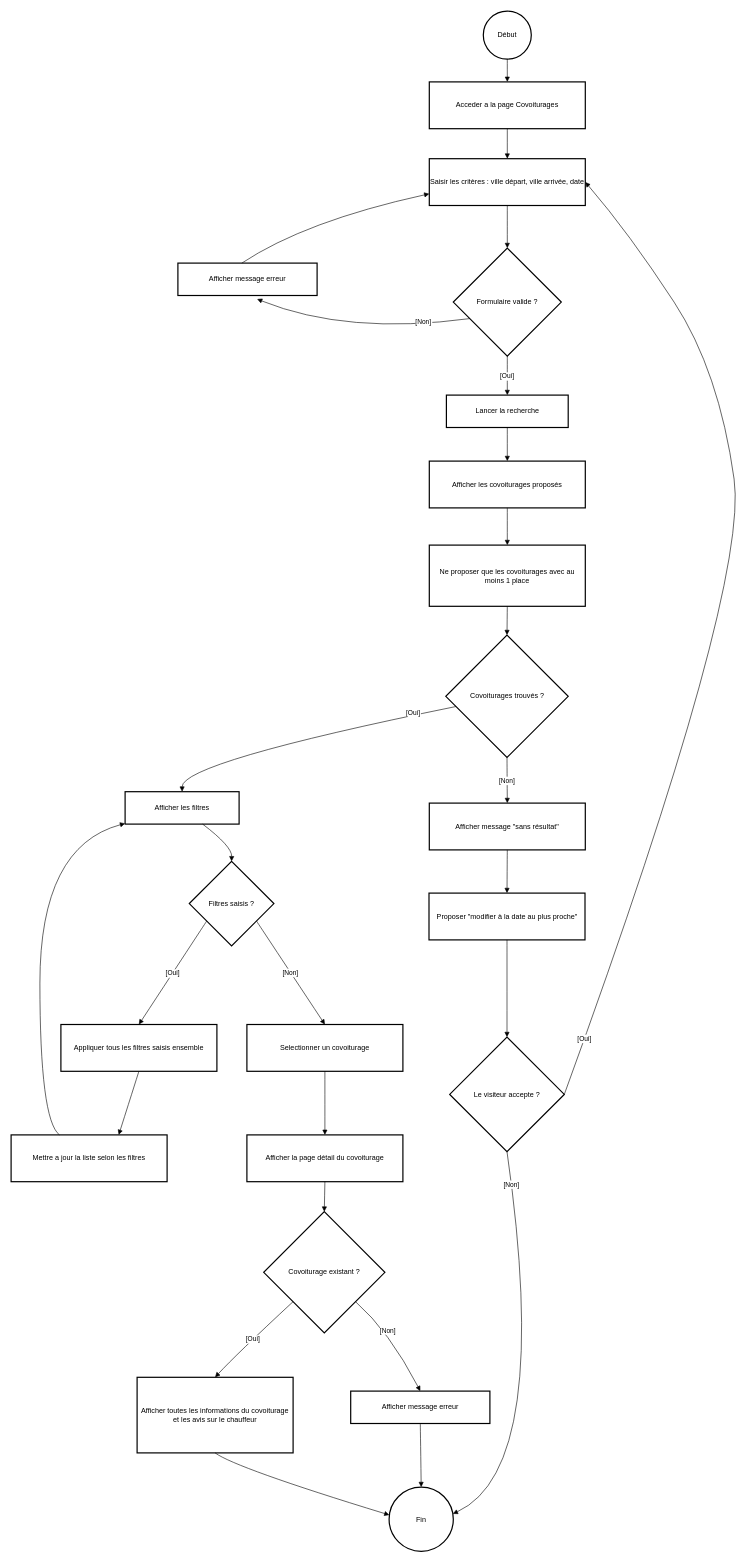
Before: docs/uml/diagramme_activites_01_rechercher_consulter_covoit_(visiteur).drawio in rebecca-roussel/ecoride, a draw.io diagram. Source tidied: cells renumbered, new cells numbered last; positions are measured from the earlier drawing's top-left corner, leaving out a move shared by most shapes. Both pictures are drawn from the tidied source at 60%, with x=0, y=0 at pixel (11, 11).
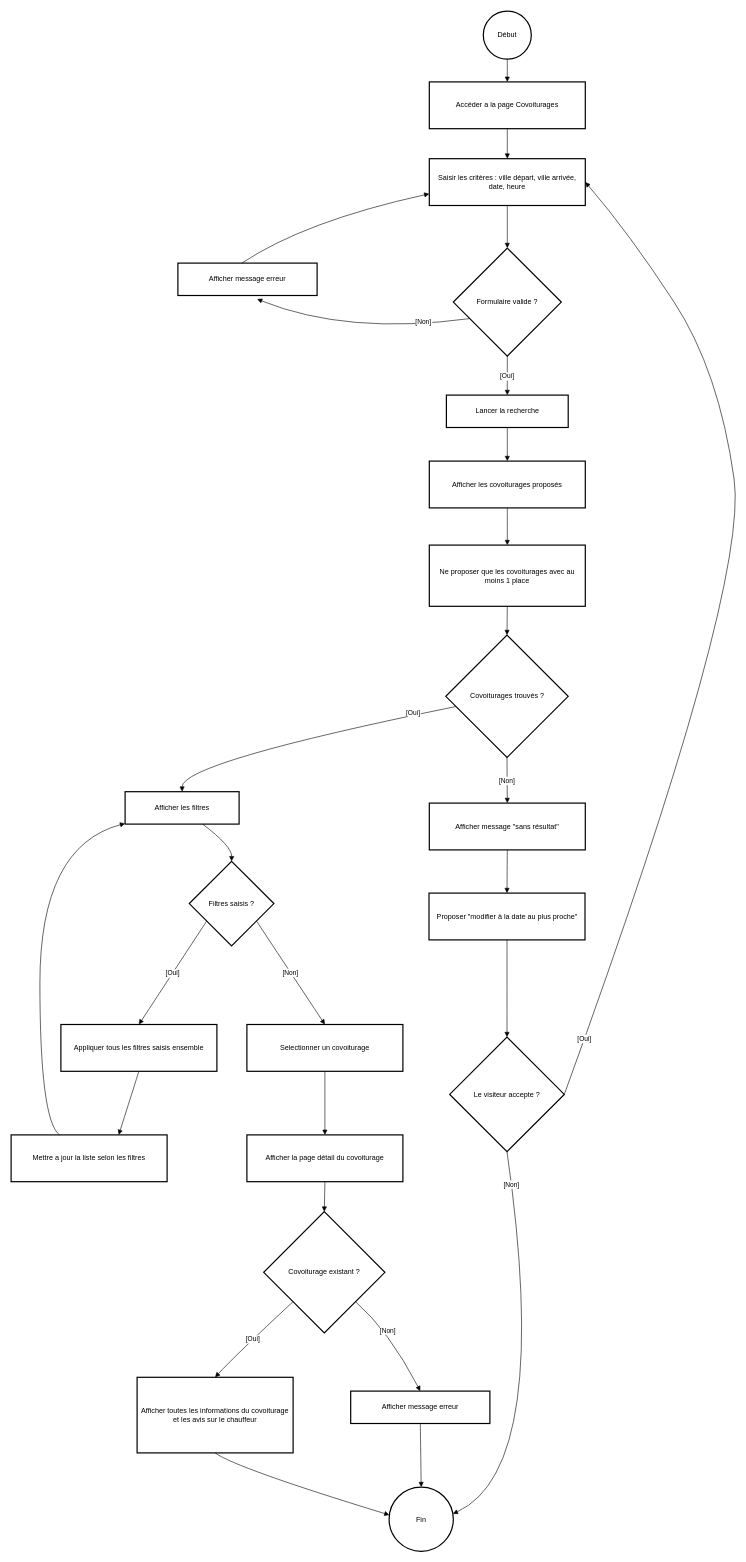
After the change.

Commit message (it also covers changes not shown here):
Corrections : clarification de la charte graphique et mise à jour de diagrammes UML

Change to the diagram source:
```diff
@@
-    <mxCell id="3" value="Acceder a la page Covoiturages" style="whiteSpace=wrap;strokeWidth=2;" parent="1" vertex="1">
+    <mxCell id="3" value="Accéder a la page Covoiturages" style="whiteSpace=wrap;strokeWidth=2;" parent="1" vertex="1">
       <mxGeometry x="697" y="118" width="260" height="78" as="geometry" />
     </mxCell>
-    <mxCell id="4" value="Saisir les critères : ville départ, ville arrivée, date" style="whiteSpace=wrap;strokeWidth=2;" parent="1" vertex="1">
+    <mxCell id="4" value="Saisir les critères : ville départ, ville arrivée, date, heure" style="whiteSpace=wrap;strokeWidth=2;" parent="1" vertex="1">
       <mxGeometry x="697" y="246" width="260" height="78" as="geometry" />
     </mxCell>
```
